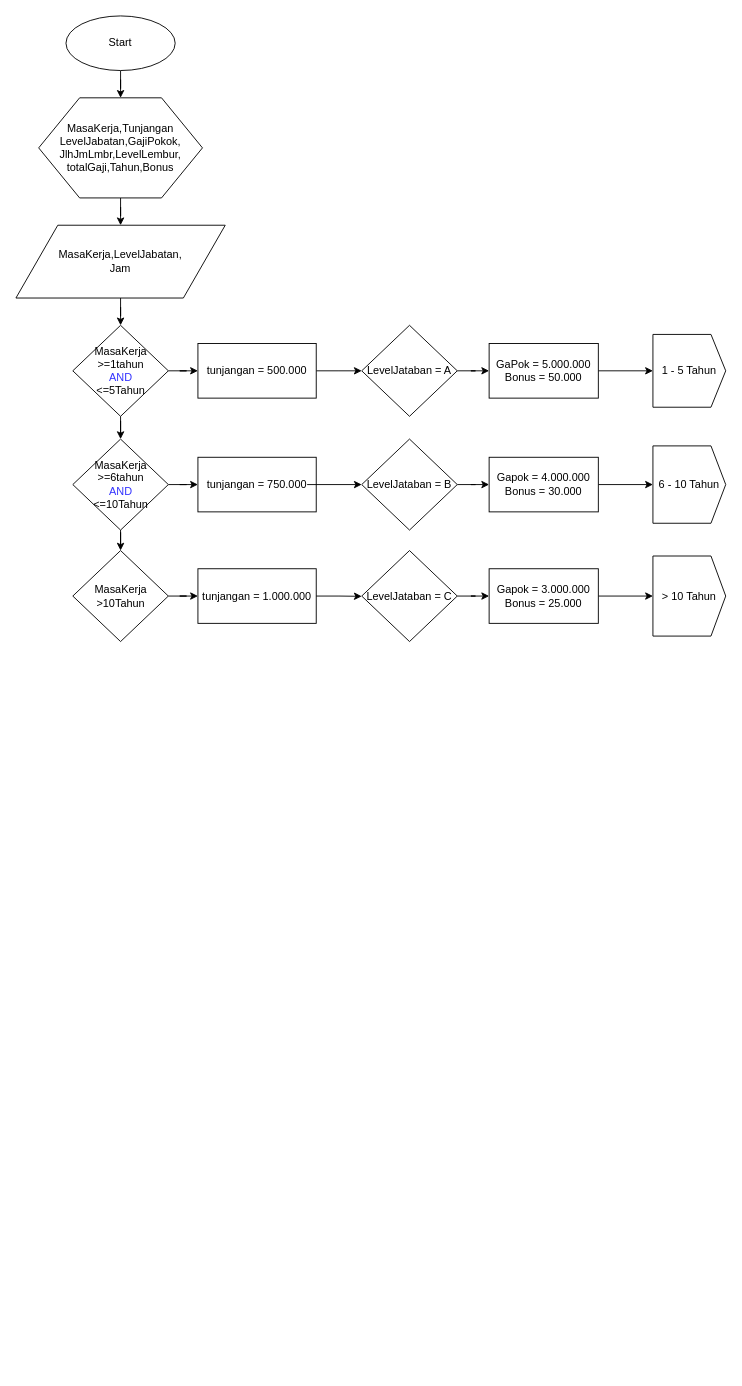
This is page "Page-1" (1 of 3) of Soal Ke - 3.drawio from suryaindra23/belajar, a draw.io file, before an edit. Source tidied: cells renumbered, new cells numbered last; positions are measured from the earlier drawing's top-left corner, leaving out a move shared by most shapes. Both pictures are drawn from the tidied source at 91%, with x=0, y=0 at pixel (15, 15).
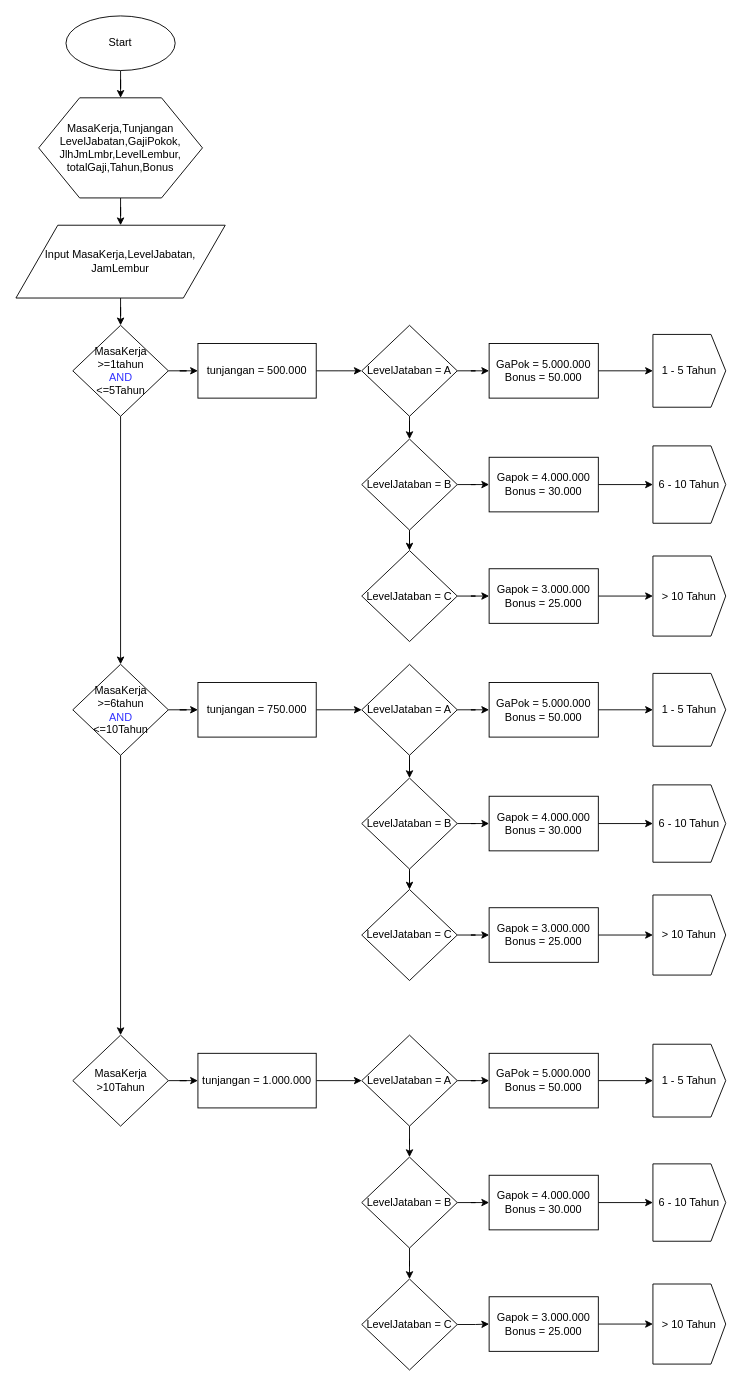
Above is the later version.

Unchanged cells that the change refers to:
```xml
<mxCell id="23" value="LevelJataban = A" style="rhombus;whiteSpace=wrap;html=1;" parent="1" vertex="1">
  <mxGeometry x="380" y="340" width="105" height="100" as="geometry" />
</mxCell>
<mxCell id="27" value="LevelJataban = B" style="rhombus;whiteSpace=wrap;html=1;" parent="1" vertex="1">
  <mxGeometry x="380" y="465" width="105" height="100" as="geometry" />
</mxCell>
<mxCell id="31" value="LevelJataban = C" style="rhombus;whiteSpace=wrap;html=1;" parent="1" vertex="1">
  <mxGeometry x="380" y="587.5" width="105" height="100" as="geometry" />
</mxCell>
```

Diff of the diagram source:
```diff
@@
-    <mxCell id="7" value="MasaKerja,LevelJabatan,&lt;br&gt;Jam" style="shape=parallelogram;perimeter=parallelogramPerimeter;whiteSpace=wrap;html=1;" parent="1" vertex="1">
+    <mxCell id="7" value="Input MasaKerja,LevelJabatan,&lt;br&gt;JamLembur" style="shape=parallelogram;perimeter=parallelogramPerimeter;whiteSpace=wrap;html=1;" parent="1" vertex="1">
       <mxGeometry y="230" width="230" height="80" as="geometry" />
     </mxCell>
@@
     <mxCell id="15" value="MasaKerja&lt;br&gt;&amp;gt;=6tahun&lt;br&gt;&lt;font color=&quot;#3333ff&quot;&gt;AND&lt;/font&gt;&lt;br&gt;&amp;lt;=10Tahun" style="rhombus;whiteSpace=wrap;html=1;" parent="1" vertex="1">
-      <mxGeometry x="62.5" y="465" width="105" height="100" as="geometry" />
+      <mxGeometry x="62.5" y="712.5" width="105" height="100" as="geometry" />
     </mxCell>
+    <mxCell id="37" style="edgeStyle=orthogonalEdgeStyle;rounded=0;jettySize=auto;html=1;" parent="1" edge="1" source="16" target="43">
+      <mxGeometry relative="1" as="geometry" />
+    </mxCell>
     <mxCell id="16" value="tunjangan = 750.000" style="rounded=0;whiteSpace=wrap;html=1;" parent="1" vertex="1">
-      <mxGeometry x="200" y="485" width="130" height="60" as="geometry" />
+      <mxGeometry x="200" y="732.5" width="130" height="60" as="geometry" />
     </mxCell>
@@
     <mxCell id="18" value="MasaKerja&lt;br&gt;&amp;gt;10Tahun" style="rhombus;whiteSpace=wrap;html=1;" parent="1" vertex="1">
-      <mxGeometry x="62.5" y="587.5" width="105" height="100" as="geometry" />
+      <mxGeometry x="62.5" y="1120" width="105" height="100" as="geometry" />
     </mxCell>
+    <mxCell id="38" style="edgeStyle=orthogonalEdgeStyle;rounded=0;jettySize=auto;html=1;" parent="1" edge="1" source="19" target="60">
+      <mxGeometry relative="1" as="geometry" />
+    </mxCell>
     <mxCell id="19" value="tunjangan = 1.000.000" style="rounded=0;whiteSpace=wrap;html=1;" parent="1" vertex="1">
-      <mxGeometry x="200" y="607.5" width="130" height="60" as="geometry" />
+      <mxGeometry x="200" y="1140" width="130" height="60" as="geometry" />
     </mxCell>
-    <mxCell id="20" style="edgeStyle=orthogonalEdgeStyle;rounded=0;orthogonalLoop=1;jettySize=auto;html=1;" parent="1" edge="1">
-      <mxGeometry relative="1" as="geometry">
-        <mxPoint x="320" y="515" as="sourcePoint" />
-        <mxPoint x="380" y="515" as="targetPoint" />
-      </mxGeometry>
-    </mxCell>
-    <mxCell id="21" style="edgeStyle=orthogonalEdgeStyle;rounded=0;jettySize=auto;html=1;exitX=1;exitY=0.5;exitDx=0;exitDy=0;" parent="1" edge="1" source="19">
-      <mxGeometry relative="1" as="geometry">
-        <mxPoint x="380" y="637.8" as="targetPoint" />
-      </mxGeometry>
-    </mxCell>
@@
+    <mxCell id="39" style="edgeStyle=orthogonalEdgeStyle;rounded=0;jettySize=auto;html=1;" parent="1" edge="1" source="23" target="27">
+      <mxGeometry relative="1" as="geometry" />
+    </mxCell>
@@
+    <mxCell id="40" style="edgeStyle=orthogonalEdgeStyle;rounded=0;jettySize=auto;html=1;" parent="1" edge="1" source="27" target="31">
+      <mxGeometry relative="1" as="geometry" />
+    </mxCell>
@@
+    <mxCell id="41" style="edgeStyle=orthogonalEdgeStyle;rounded=0;jettySize=auto;html=1;" parent="1" edge="1" source="43" target="45">
+      <mxGeometry relative="1" as="geometry" />
+    </mxCell>
+    <mxCell id="42" style="edgeStyle=orthogonalEdgeStyle;rounded=0;jettySize=auto;html=1;" parent="1" edge="1" source="43" target="48">
+      <mxGeometry relative="1" as="geometry" />
+    </mxCell>
+    <mxCell id="43" value="LevelJataban = A" style="rhombus;whiteSpace=wrap;html=1;" parent="1" vertex="1">
+      <mxGeometry x="380" y="712.5" width="105" height="100" as="geometry" />
+    </mxCell>
+    <mxCell id="44" style="edgeStyle=orthogonalEdgeStyle;rounded=0;jettySize=auto;html=1;" parent="1" edge="1" source="45" target="55">
+      <mxGeometry relative="1" as="geometry" />
+    </mxCell>
+    <mxCell id="45" value="GaPok = 5.000.000&lt;br&gt;Bonus = 50.000" style="rounded=0;whiteSpace=wrap;html=1;" parent="1" vertex="1">
+      <mxGeometry x="520" y="732.5" width="120" height="60" as="geometry" />
+    </mxCell>
+    <mxCell id="46" style="edgeStyle=orthogonalEdgeStyle;rounded=0;jettySize=auto;html=1;" parent="1" edge="1" source="48" target="50">
+      <mxGeometry relative="1" as="geometry" />
+    </mxCell>
+    <mxCell id="47" style="edgeStyle=orthogonalEdgeStyle;rounded=0;jettySize=auto;html=1;" parent="1" edge="1" source="48" target="52">
+      <mxGeometry relative="1" as="geometry" />
+    </mxCell>
+    <mxCell id="48" value="LevelJataban = B" style="rhombus;whiteSpace=wrap;html=1;" parent="1" vertex="1">
+      <mxGeometry x="380" y="837.5" width="105" height="100" as="geometry" />
+    </mxCell>
+    <mxCell id="49" style="edgeStyle=orthogonalEdgeStyle;rounded=0;jettySize=auto;html=1;" parent="1" edge="1" source="50" target="56">
+      <mxGeometry relative="1" as="geometry" />
+    </mxCell>
+    <mxCell id="50" value="Gapok = 4.000.000&lt;br&gt;Bonus = 30.000" style="rounded=0;whiteSpace=wrap;html=1;" parent="1" vertex="1">
+      <mxGeometry x="520" y="857.5" width="120" height="60" as="geometry" />
+    </mxCell>
+    <mxCell id="51" style="edgeStyle=orthogonalEdgeStyle;rounded=0;jettySize=auto;html=1;" parent="1" edge="1" source="52" target="54">
+      <mxGeometry relative="1" as="geometry" />
+    </mxCell>
+    <mxCell id="52" value="LevelJataban = C" style="rhombus;whiteSpace=wrap;html=1;" parent="1" vertex="1">
+      <mxGeometry x="380" y="960" width="105" height="100" as="geometry" />
+    </mxCell>
+    <mxCell id="53" style="edgeStyle=orthogonalEdgeStyle;rounded=0;jettySize=auto;html=1;" parent="1" edge="1" source="54" target="57">
+      <mxGeometry relative="1" as="geometry" />
+    </mxCell>
+    <mxCell id="54" value="Gapok = 3.000.000&lt;br&gt;Bonus = 25.000" style="rounded=0;whiteSpace=wrap;html=1;" parent="1" vertex="1">
+      <mxGeometry x="520" y="980" width="120" height="60" as="geometry" />
+    </mxCell>
+    <mxCell id="55" value="1 - 5 Tahun" style="shape=offPageConnector;whiteSpace=wrap;html=1;direction=north;size=0.2025862068965516;" parent="1" vertex="1">
+      <mxGeometry x="700" y="722.5" width="80" height="80" as="geometry" />
+    </mxCell>
+    <mxCell id="56" value="6 - 10 Tahun" style="shape=offPageConnector;whiteSpace=wrap;html=1;direction=north;size=0.2025862068965516;" parent="1" vertex="1">
+      <mxGeometry x="700" y="845" width="80" height="85" as="geometry" />
+    </mxCell>
+    <mxCell id="57" value="&amp;gt; 10 Tahun" style="shape=offPageConnector;whiteSpace=wrap;html=1;direction=north;size=0.2025862068965516;" parent="1" vertex="1">
+      <mxGeometry x="700" y="966" width="80" height="88" as="geometry" />
+    </mxCell>
+    <mxCell id="58" style="edgeStyle=orthogonalEdgeStyle;rounded=0;jettySize=auto;html=1;" parent="1" edge="1" source="60" target="62">
+      <mxGeometry relative="1" as="geometry" />
+    </mxCell>
+    <mxCell id="59" style="edgeStyle=orthogonalEdgeStyle;rounded=0;jettySize=auto;html=1;" parent="1" edge="1" source="60" target="65">
+      <mxGeometry relative="1" as="geometry" />
+    </mxCell>
+    <mxCell id="60" value="LevelJataban = A" style="rhombus;whiteSpace=wrap;html=1;" parent="1" vertex="1">
+      <mxGeometry x="380" y="1120" width="105" height="100" as="geometry" />
+    </mxCell>
+    <mxCell id="61" style="edgeStyle=orthogonalEdgeStyle;rounded=0;jettySize=auto;html=1;" parent="1" edge="1" source="62" target="72">
+      <mxGeometry relative="1" as="geometry" />
+    </mxCell>
+    <mxCell id="62" value="GaPok = 5.000.000&lt;br&gt;Bonus = 50.000" style="rounded=0;whiteSpace=wrap;html=1;" parent="1" vertex="1">
+      <mxGeometry x="520" y="1140" width="120" height="60" as="geometry" />
+    </mxCell>
+    <mxCell id="63" style="edgeStyle=orthogonalEdgeStyle;rounded=0;jettySize=auto;html=1;" parent="1" edge="1" source="65" target="67">
+      <mxGeometry relative="1" as="geometry" />
+    </mxCell>
+    <mxCell id="64" style="edgeStyle=orthogonalEdgeStyle;rounded=0;jettySize=auto;html=1;" parent="1" edge="1" source="65" target="69">
+      <mxGeometry relative="1" as="geometry" />
+    </mxCell>
+    <mxCell id="65" value="LevelJataban = B" style="rhombus;whiteSpace=wrap;html=1;" parent="1" vertex="1">
+      <mxGeometry x="380" y="1254" width="105" height="100" as="geometry" />
+    </mxCell>
+    <mxCell id="66" style="edgeStyle=orthogonalEdgeStyle;rounded=0;jettySize=auto;html=1;" parent="1" edge="1" source="67" target="73">
+      <mxGeometry relative="1" as="geometry" />
+    </mxCell>
+    <mxCell id="67" value="Gapok = 4.000.000&lt;br&gt;Bonus = 30.000" style="rounded=0;whiteSpace=wrap;html=1;" parent="1" vertex="1">
+      <mxGeometry x="520" y="1274" width="120" height="60" as="geometry" />
+    </mxCell>
+    <mxCell id="68" style="edgeStyle=orthogonalEdgeStyle;rounded=0;jettySize=auto;html=1;" parent="1" edge="1" source="69" target="71">
+      <mxGeometry relative="1" as="geometry" />
+    </mxCell>
+    <mxCell id="69" value="LevelJataban = C" style="rhombus;whiteSpace=wrap;html=1;" parent="1" vertex="1">
+      <mxGeometry x="380" y="1388" width="105" height="100" as="geometry" />
+    </mxCell>
+    <mxCell id="70" style="edgeStyle=orthogonalEdgeStyle;rounded=0;jettySize=auto;html=1;" parent="1" edge="1" source="71" target="74">
+      <mxGeometry relative="1" as="geometry" />
+    </mxCell>
+    <mxCell id="71" value="Gapok = 3.000.000&lt;br&gt;Bonus = 25.000" style="rounded=0;whiteSpace=wrap;html=1;" parent="1" vertex="1">
+      <mxGeometry x="520" y="1407.5" width="120" height="60" as="geometry" />
+    </mxCell>
+    <mxCell id="72" value="1 - 5 Tahun" style="shape=offPageConnector;whiteSpace=wrap;html=1;direction=north;size=0.2025862068965516;" parent="1" vertex="1">
+      <mxGeometry x="700" y="1130" width="80" height="80" as="geometry" />
+    </mxCell>
+    <mxCell id="73" value="6 - 10 Tahun" style="shape=offPageConnector;whiteSpace=wrap;html=1;direction=north;size=0.2025862068965516;" parent="1" vertex="1">
+      <mxGeometry x="700" y="1261.5" width="80" height="85" as="geometry" />
+    </mxCell>
+    <mxCell id="74" value="&amp;gt; 10 Tahun" style="shape=offPageConnector;whiteSpace=wrap;html=1;direction=north;size=0.2025862068965516;" parent="1" vertex="1">
+      <mxGeometry x="700" y="1393.5" width="80" height="88" as="geometry" />
+    </mxCell>
```
